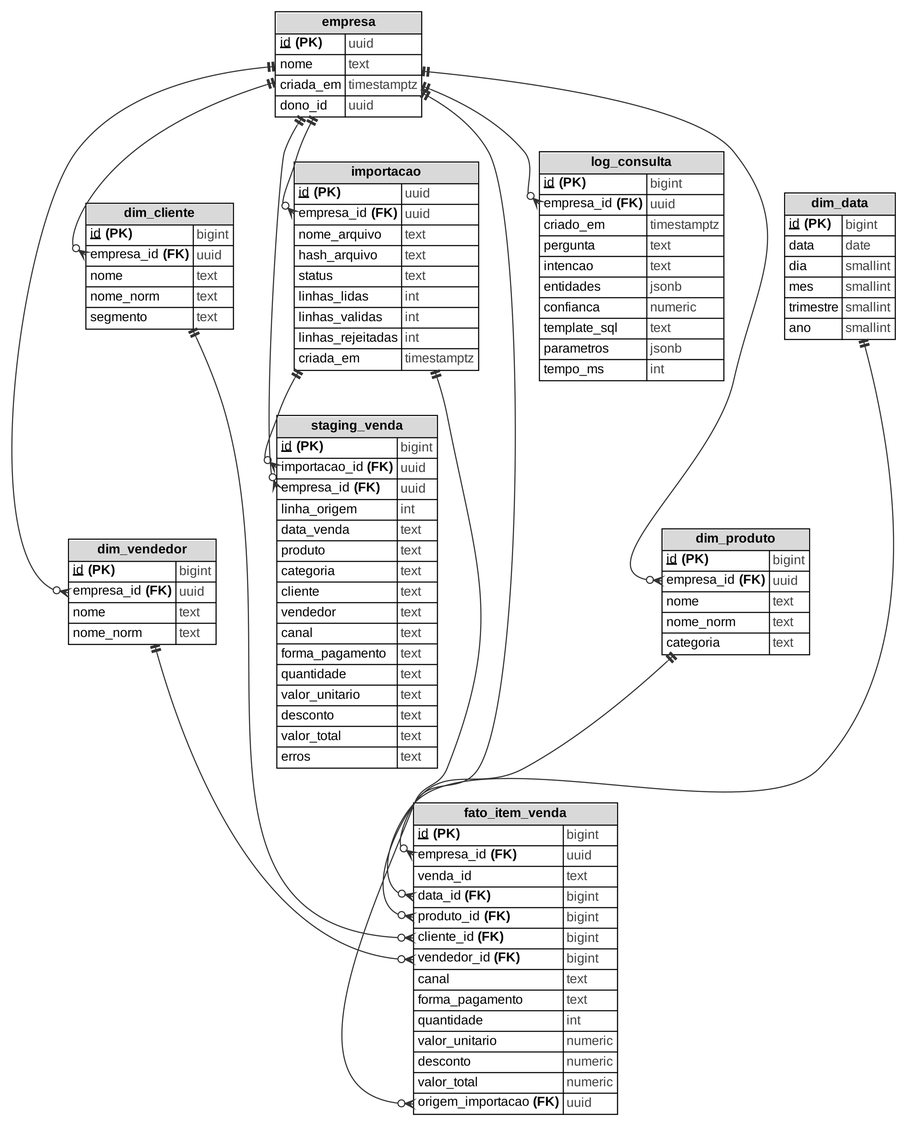
intellix-tcc/Intellix keeps this Graphviz diagram as docs/diagramas/der.png. Above is the earlier version. Its source is kept beside it as docs/diagramas/der.dot.
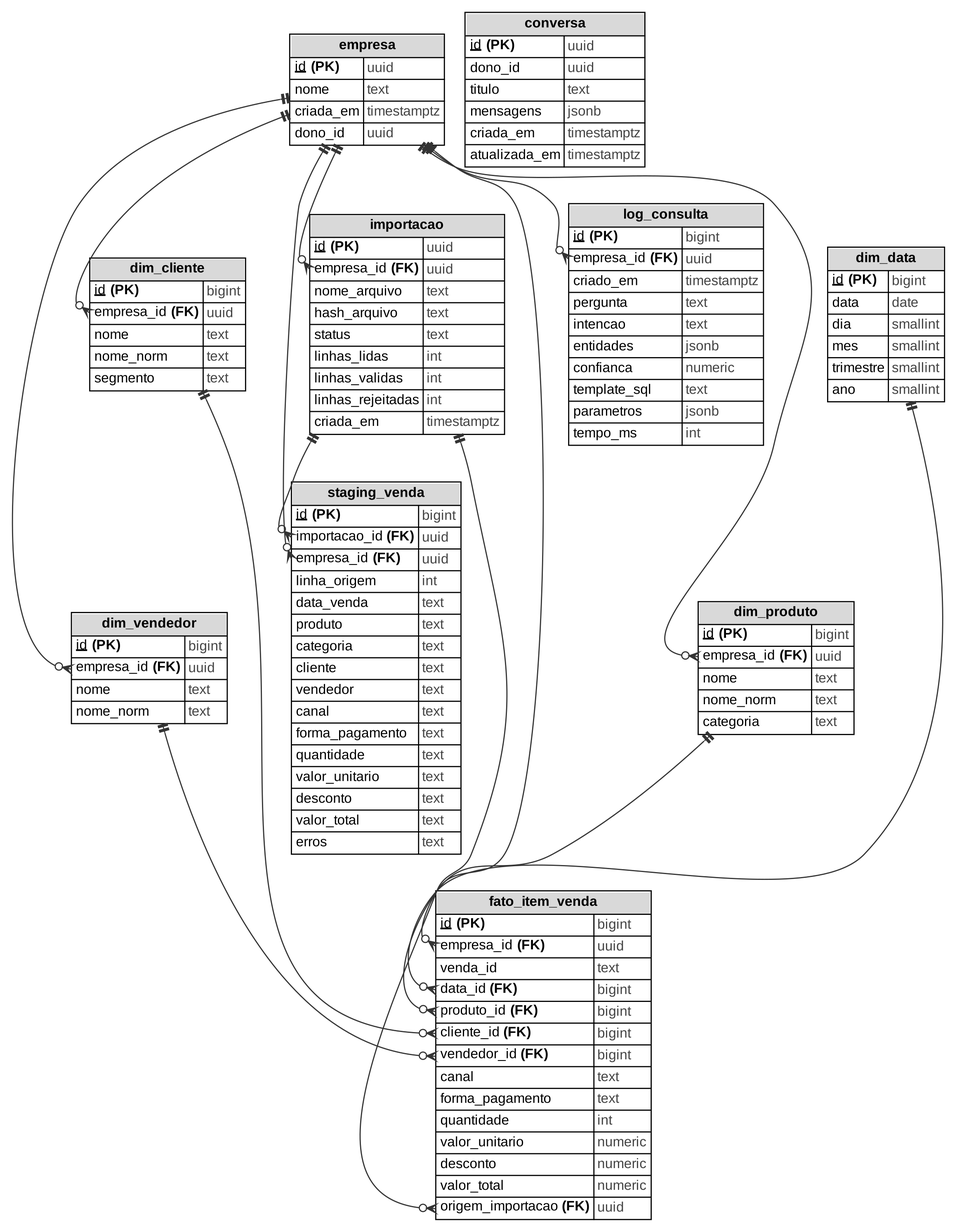
Later version of the same file.

The edit, as a diff of the source:
```diff
@@ -11,7 +11,8 @@
 staging_venda [label=<<TABLE BORDER="1" CELLBORDER="0" CELLSPACING="0" CELLPADDING="3" COLUMNS="*" ROWS="*"><TR><TD COLSPAN="2" BGCOLOR="#D9D9D9"><B>staging_venda</B></TD></TR><TR><TD ALIGN="LEFT" PORT="id"><U>id</U> <B>(PK)</B></TD><TD ALIGN="LEFT"><FONT COLOR="#444444">bigint</FONT></TD></TR><TR><TD ALIGN="LEFT" PORT="importacao_id">importacao_id <B>(FK)</B></TD><TD ALIGN="LEFT"><FONT COLOR="#444444">uuid</FONT></TD></TR><TR><TD ALIGN="LEFT" PORT="empresa_id">empresa_id <B>(FK)</B></TD><TD ALIGN="LEFT"><FONT COLOR="#444444">uuid</FONT></TD></TR><TR><TD ALIGN="LEFT" PORT="linha_origem">linha_origem</TD><TD ALIGN="LEFT"><FONT COLOR="#444444">int</FONT></TD></TR><TR><TD ALIGN="LEFT" PORT="data_venda">data_venda</TD><TD ALIGN="LEFT"><FONT COLOR="#444444">text</FONT></TD></TR><TR><TD ALIGN="LEFT" PORT="produto">produto</TD><TD ALIGN="LEFT"><FONT COLOR="#444444">text</FONT></TD></TR><TR><TD ALIGN="LEFT" PORT="categoria">categoria</TD><TD ALIGN="LEFT"><FONT COLOR="#444444">text</FONT></TD></TR><TR><TD ALIGN="LEFT" PORT="cliente">cliente</TD><TD ALIGN="LEFT"><FONT COLOR="#444444">text</FONT></TD></TR><TR><TD ALIGN="LEFT" PORT="vendedor">vendedor</TD><TD ALIGN="LEFT"><FONT COLOR="#444444">text</FONT></TD></TR><TR><TD ALIGN="LEFT" PORT="canal">canal</TD><TD ALIGN="LEFT"><FONT COLOR="#444444">text</FONT></TD></TR><TR><TD ALIGN="LEFT" PORT="forma_pagamento">forma_pagamento</TD><TD ALIGN="LEFT"><FONT COLOR="#444444">text</FONT></TD></TR><TR><TD ALIGN="LEFT" PORT="quantidade">quantidade</TD><TD ALIGN="LEFT"><FONT COLOR="#444444">text</FONT></TD></TR><TR><TD ALIGN="LEFT" PORT="valor_unitario">valor_unitario</TD><TD ALIGN="LEFT"><FONT COLOR="#444444">text</FONT></TD></TR><TR><TD ALIGN="LEFT" PORT="desconto">desconto</TD><TD ALIGN="LEFT"><FONT COLOR="#444444">text</FONT></TD></TR><TR><TD ALIGN="LEFT" PORT="valor_total">valor_total</TD><TD ALIGN="LEFT"><FONT COLOR="#444444">text</FONT></TD></TR><TR><TD ALIGN="LEFT" PORT="erros">erros</TD><TD ALIGN="LEFT"><FONT COLOR="#444444">text</FONT></TD></TR></TABLE>>];
 fato_item_venda [label=<<TABLE BORDER="1" CELLBORDER="0" CELLSPACING="0" CELLPADDING="3" COLUMNS="*" ROWS="*"><TR><TD COLSPAN="2" BGCOLOR="#D9D9D9"><B>fato_item_venda</B></TD></TR><TR><TD ALIGN="LEFT" PORT="id"><U>id</U> <B>(PK)</B></TD><TD ALIGN="LEFT"><FONT COLOR="#444444">bigint</FONT></TD></TR><TR><TD ALIGN="LEFT" PORT="empresa_id">empresa_id <B>(FK)</B></TD><TD ALIGN="LEFT"><FONT COLOR="#444444">uuid</FONT></TD></TR><TR><TD ALIGN="LEFT" PORT="venda_id">venda_id</TD><TD ALIGN="LEFT"><FONT COLOR="#444444">text</FONT></TD></TR><TR><TD ALIGN="LEFT" PORT="data_id">data_id <B>(FK)</B></TD><TD ALIGN="LEFT"><FONT COLOR="#444444">bigint</FONT></TD></TR><TR><TD ALIGN="LEFT" PORT="produto_id">produto_id <B>(FK)</B></TD><TD ALIGN="LEFT"><FONT COLOR="#444444">bigint</FONT></TD></TR><TR><TD ALIGN="LEFT" PORT="cliente_id">cliente_id <B>(FK)</B></TD><TD ALIGN="LEFT"><FONT COLOR="#444444">bigint</FONT></TD></TR><TR><TD ALIGN="LEFT" PORT="vendedor_id">vendedor_id <B>(FK)</B></TD><TD ALIGN="LEFT"><FONT COLOR="#444444">bigint</FONT></TD></TR><TR><TD ALIGN="LEFT" PORT="canal">canal</TD><TD ALIGN="LEFT"><FONT COLOR="#444444">text</FONT></TD></TR><TR><TD ALIGN="LEFT" PORT="forma_pagamento">forma_pagamento</TD><TD ALIGN="LEFT"><FONT COLOR="#444444">text</FONT></TD></TR><TR><TD ALIGN="LEFT" PORT="quantidade">quantidade</TD><TD ALIGN="LEFT"><FONT COLOR="#444444">int</FONT></TD></TR><TR><TD ALIGN="LEFT" PORT="valor_unitario">valor_unitario</TD><TD ALIGN="LEFT"><FONT COLOR="#444444">numeric</FONT></TD></TR><TR><TD ALIGN="LEFT" PORT="desconto">desconto</TD><TD ALIGN="LEFT"><FONT COLOR="#444444">numeric</FONT></TD></TR><TR><TD ALIGN="LEFT" PORT="valor_total">valor_total</TD><TD ALIGN="LEFT"><FONT COLOR="#444444">numeric</FONT></TD></TR><TR><TD ALIGN="LEFT" PORT="origem_importacao">origem_importacao <B>(FK)</B></TD><TD ALIGN="LEFT"><FONT COLOR="#444444">uuid</FONT></TD></TR></TABLE>>];
 log_consulta [label=<<TABLE BORDER="1" CELLBORDER="0" CELLSPACING="0" CELLPADDING="3" COLUMNS="*" ROWS="*"><TR><TD COLSPAN="2" BGCOLOR="#D9D9D9"><B>log_consulta</B></TD></TR><TR><TD ALIGN="LEFT" PORT="id"><U>id</U> <B>(PK)</B></TD><TD ALIGN="LEFT"><FONT COLOR="#444444">bigint</FONT></TD></TR><TR><TD ALIGN="LEFT" PORT="empresa_id">empresa_id <B>(FK)</B></TD><TD ALIGN="LEFT"><FONT COLOR="#444444">uuid</FONT></TD></TR><TR><TD ALIGN="LEFT" PORT="criado_em">criado_em</TD><TD ALIGN="LEFT"><FONT COLOR="#444444">timestamptz</FONT></TD></TR><TR><TD ALIGN="LEFT" PORT="pergunta">pergunta</TD><TD ALIGN="LEFT"><FONT COLOR="#444444">text</FONT></TD></TR><TR><TD ALIGN="LEFT" PORT="intencao">intencao</TD><TD ALIGN="LEFT"><FONT COLOR="#444444">text</FONT></TD></TR><TR><TD ALIGN="LEFT" PORT="entidades">entidades</TD><TD ALIGN="LEFT"><FONT COLOR="#444444">jsonb</FONT></TD></TR><TR><TD ALIGN="LEFT" PORT="confianca">confianca</TD><TD ALIGN="LEFT"><FONT COLOR="#444444">numeric</FONT></TD></TR><TR><TD ALIGN="LEFT" PORT="template_sql">template_sql</TD><TD ALIGN="LEFT"><FONT COLOR="#444444">text</FONT></TD></TR><TR><TD ALIGN="LEFT" PORT="parametros">parametros</TD><TD ALIGN="LEFT"><FONT COLOR="#444444">jsonb</FONT></TD></TR><TR><TD ALIGN="LEFT" PORT="tempo_ms">tempo_ms</TD><TD ALIGN="LEFT"><FONT COLOR="#444444">int</FONT></TD></TR></TABLE>>];
-{rank=same; empresa;}
+conversa [label=<<TABLE BORDER="1" CELLBORDER="0" CELLSPACING="0" CELLPADDING="3" COLUMNS="*" ROWS="*"><TR><TD COLSPAN="2" BGCOLOR="#D9D9D9"><B>conversa</B></TD></TR><TR><TD ALIGN="LEFT" PORT="id"><U>id</U> <B>(PK)</B></TD><TD ALIGN="LEFT"><FONT COLOR="#444444">uuid</FONT></TD></TR><TR><TD ALIGN="LEFT" PORT="dono_id">dono_id</TD><TD ALIGN="LEFT"><FONT COLOR="#444444">uuid</FONT></TD></TR><TR><TD ALIGN="LEFT" PORT="titulo">titulo</TD><TD ALIGN="LEFT"><FONT COLOR="#444444">text</FONT></TD></TR><TR><TD ALIGN="LEFT" PORT="mensagens">mensagens</TD><TD ALIGN="LEFT"><FONT COLOR="#444444">jsonb</FONT></TD></TR><TR><TD ALIGN="LEFT" PORT="criada_em">criada_em</TD><TD ALIGN="LEFT"><FONT COLOR="#444444">timestamptz</FONT></TD></TR><TR><TD ALIGN="LEFT" PORT="atualizada_em">atualizada_em</TD><TD ALIGN="LEFT"><FONT COLOR="#444444">timestamptz</FONT></TD></TR></TABLE>>];
+{rank=same; empresa; conversa;}
 {rank=same; dim_data; dim_cliente; importacao;}
 {rank=same; dim_produto; dim_vendedor; staging_venda;}
 dim_data -> dim_produto [style=invis]; dim_cliente -> dim_vendedor [style=invis];
```
